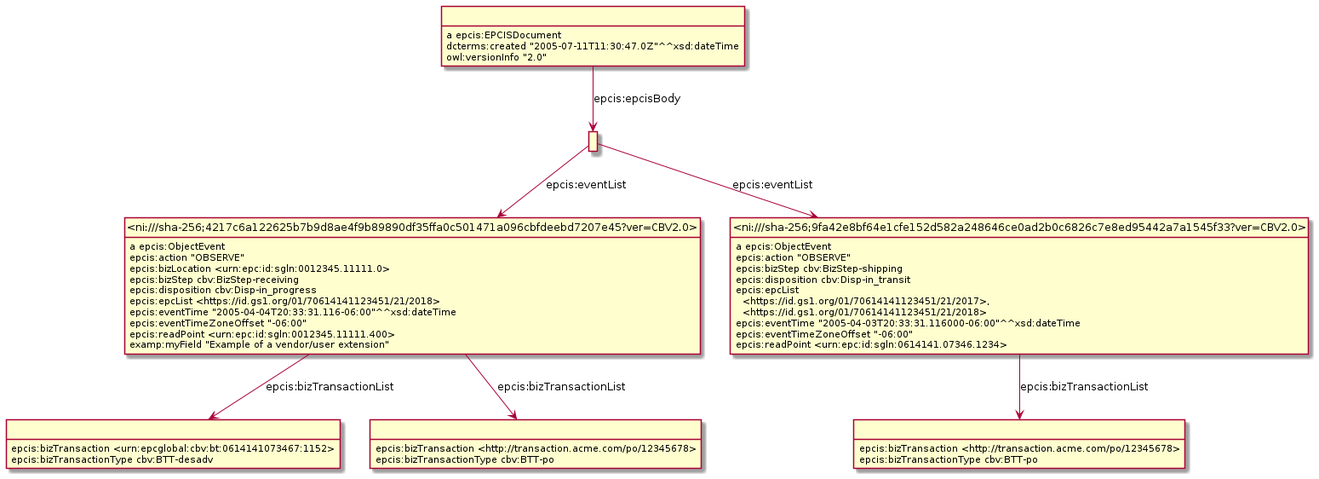
Above: Diagrams/WithDigitalLinkID/Example_9.6.1-ObjectEventWithDigitalLink.png in gs1/EPCIS (PlantUML), before the change.
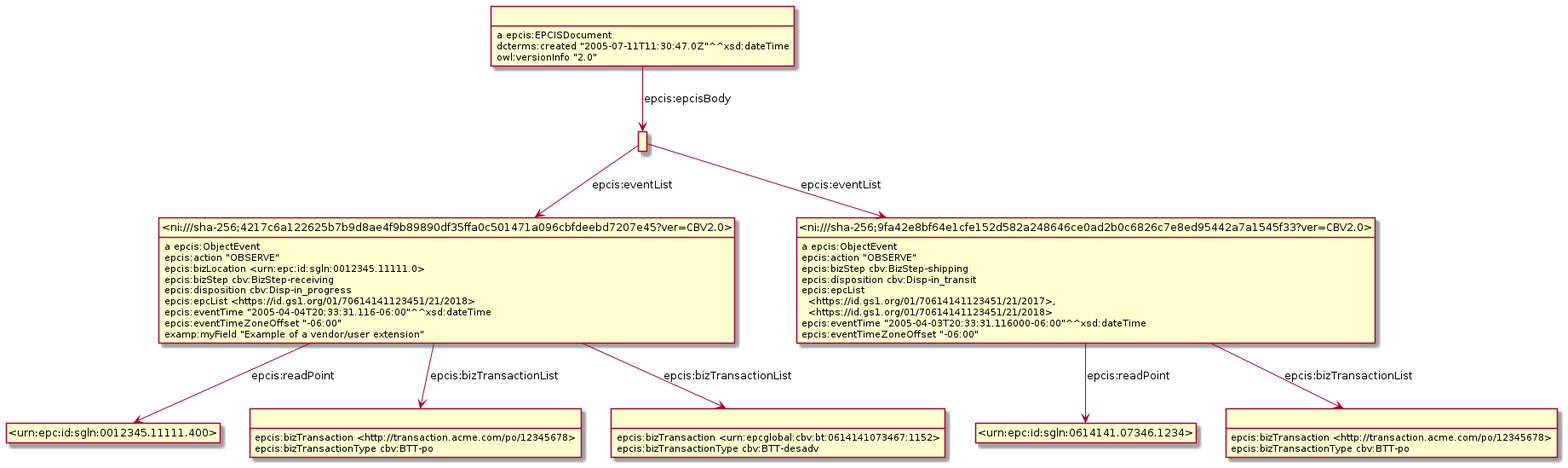
After the commit.

The edit, as a diff of the source:
```diff
@@ -3,15 +3,14 @@
 hide empty attributes
 hide circle
 skinparam classAttributeIconSize 0
-class _r1631889700r4_ as " "
-_r1631889700r4_ : epcis:bizTransaction <http://transaction.acme.com/po/12345678>
-_r1631889700r4_ : epcis:bizTransactionType cbv:BTT-po
 class _ni_sha_256_4217c6a122625b7b9d8ae4f9b89890df35ffa0c501471a096cbfdeebd7207e45_ver_CBV2_0_ as "<ni:///sha-256;4217c6a122625b7b9d8ae4f9b89890df35ffa0c501471a096cbfdeebd7207e45?ver=CBV2.0>"
 _ni_sha_256_4217c6a122625b7b9d8ae4f9b89890df35ffa0c501471a096cbfdeebd7207e45_ver_CBV2_0_ : a epcis:ObjectEvent
-class _r1631889700r0_ as " "
-_ni_sha_256_4217c6a122625b7b9d8ae4f9b89890df35ffa0c501471a096cbfdeebd7207e45_ver_CBV2_0_ -down-> _r1631889700r0_ : epcis:bizTransactionList
-class _r1631889700r1_ as " "
-_ni_sha_256_4217c6a122625b7b9d8ae4f9b89890df35ffa0c501471a096cbfdeebd7207e45_ver_CBV2_0_ -down-> _r1631889700r1_ : epcis:bizTransactionList
+class _urn_epc_id_sgln_0012345_11111_400_ as "<urn:epc:id:sgln:0012345.11111.400>"
+_ni_sha_256_4217c6a122625b7b9d8ae4f9b89890df35ffa0c501471a096cbfdeebd7207e45_ver_CBV2_0_ -down-> _urn_epc_id_sgln_0012345_11111_400_ : epcis:readPoint
+class _r1632232139r1_ as " "
+_ni_sha_256_4217c6a122625b7b9d8ae4f9b89890df35ffa0c501471a096cbfdeebd7207e45_ver_CBV2_0_ -down-> _r1632232139r1_ : epcis:bizTransactionList
+class _r1632232139r0_ as " "
+_ni_sha_256_4217c6a122625b7b9d8ae4f9b89890df35ffa0c501471a096cbfdeebd7207e45_ver_CBV2_0_ -down-> _r1632232139r0_ : epcis:bizTransactionList
 _ni_sha_256_4217c6a122625b7b9d8ae4f9b89890df35ffa0c501471a096cbfdeebd7207e45_ver_CBV2_0_ : epcis:action "OBSERVE"
 _ni_sha_256_4217c6a122625b7b9d8ae4f9b89890df35ffa0c501471a096cbfdeebd7207e45_ver_CBV2_0_ : epcis:bizLocation <urn:epc:id:sgln:0012345.11111.0>
 _ni_sha_256_4217c6a122625b7b9d8ae4f9b89890df35ffa0c501471a096cbfdeebd7207e45_ver_CBV2_0_ : epcis:bizStep cbv:BizStep-receiving
@@ -19,28 +18,31 @@
 _ni_sha_256_4217c6a122625b7b9d8ae4f9b89890df35ffa0c501471a096cbfdeebd7207e45_ver_CBV2_0_ : epcis:epcList <https://id.gs1.org/01/70614141123451/21/2018>
 _ni_sha_256_4217c6a122625b7b9d8ae4f9b89890df35ffa0c501471a096cbfdeebd7207e45_ver_CBV2_0_ : epcis:eventTime "2005-04-04T20:33:31.116-06:00"^^xsd:dateTime
 _ni_sha_256_4217c6a122625b7b9d8ae4f9b89890df35ffa0c501471a096cbfdeebd7207e45_ver_CBV2_0_ : epcis:eventTimeZoneOffset "-06:00"
-_ni_sha_256_4217c6a122625b7b9d8ae4f9b89890df35ffa0c501471a096cbfdeebd7207e45_ver_CBV2_0_ : epcis:readPoint <urn:epc:id:sgln:0012345.11111.400>
 _ni_sha_256_4217c6a122625b7b9d8ae4f9b89890df35ffa0c501471a096cbfdeebd7207e45_ver_CBV2_0_ : examp:myField "Example of a vendor/user extension"
-class _r1631889700r2_ as " "
-_r1631889700r2_ : a epcis:EPCISDocument
-class _r1631889700r3_ as " "
-_r1631889700r2_ -down-> _r1631889700r3_ : epcis:epcisBody
-_r1631889700r2_ : dcterms:created "2005-07-11T11:30:47.0Z"^^xsd:dateTime
-_r1631889700r2_ : owl:versionInfo "2.0"
-_r1631889700r3_ -down-> _ni_sha_256_4217c6a122625b7b9d8ae4f9b89890df35ffa0c501471a096cbfdeebd7207e45_ver_CBV2_0_ : epcis:eventList
+_r1632232139r0_ : epcis:bizTransaction <urn:epcglobal:cbv:bt:0614141073467:1152>
+_r1632232139r0_ : epcis:bizTransactionType cbv:BTT-desadv
+class _r1632232139r2_ as " "
+_r1632232139r2_ : a epcis:EPCISDocument
+class _r1632232139r3_ as " "
+_r1632232139r2_ -down-> _r1632232139r3_ : epcis:epcisBody
+_r1632232139r2_ : dcterms:created "2005-07-11T11:30:47.0Z"^^xsd:dateTime
+_r1632232139r2_ : owl:versionInfo "2.0"
+_r1632232139r1_ : epcis:bizTransaction <http://transaction.acme.com/po/12345678>
+_r1632232139r1_ : epcis:bizTransactionType cbv:BTT-po
 class _ni_sha_256_9fa42e8bf64e1cfe152d582a248646ce0ad2b0c6826c7e8ed95442a7a1545f33_ver_CBV2_0_ as "<ni:///sha-256;9fa42e8bf64e1cfe152d582a248646ce0ad2b0c6826c7e8ed95442a7a1545f33?ver=CBV2.0>"
-_r1631889700r3_ -down-> _ni_sha_256_9fa42e8bf64e1cfe152d582a248646ce0ad2b0c6826c7e8ed95442a7a1545f33_ver_CBV2_0_ : epcis:eventList
-_r1631889700r1_ : epcis:bizTransaction <http://transaction.acme.com/po/12345678>
-_r1631889700r1_ : epcis:bizTransactionType cbv:BTT-po
-_r1631889700r0_ : epcis:bizTransaction <urn:epcglobal:cbv:bt:0614141073467:1152>
-_r1631889700r0_ : epcis:bizTransactionType cbv:BTT-desadv
 _ni_sha_256_9fa42e8bf64e1cfe152d582a248646ce0ad2b0c6826c7e8ed95442a7a1545f33_ver_CBV2_0_ : a epcis:ObjectEvent
-_ni_sha_256_9fa42e8bf64e1cfe152d582a248646ce0ad2b0c6826c7e8ed95442a7a1545f33_ver_CBV2_0_ -down-> _r1631889700r4_ : epcis:bizTransactionList
+class _urn_epc_id_sgln_0614141_07346_1234_ as "<urn:epc:id:sgln:0614141.07346.1234>"
+_ni_sha_256_9fa42e8bf64e1cfe152d582a248646ce0ad2b0c6826c7e8ed95442a7a1545f33_ver_CBV2_0_ -down-> _urn_epc_id_sgln_0614141_07346_1234_ : epcis:readPoint
+class _r1632232139r4_ as " "
+_ni_sha_256_9fa42e8bf64e1cfe152d582a248646ce0ad2b0c6826c7e8ed95442a7a1545f33_ver_CBV2_0_ -down-> _r1632232139r4_ : epcis:bizTransactionList
 _ni_sha_256_9fa42e8bf64e1cfe152d582a248646ce0ad2b0c6826c7e8ed95442a7a1545f33_ver_CBV2_0_ : epcis:action "OBSERVE"
 _ni_sha_256_9fa42e8bf64e1cfe152d582a248646ce0ad2b0c6826c7e8ed95442a7a1545f33_ver_CBV2_0_ : epcis:bizStep cbv:BizStep-shipping
 _ni_sha_256_9fa42e8bf64e1cfe152d582a248646ce0ad2b0c6826c7e8ed95442a7a1545f33_ver_CBV2_0_ : epcis:disposition cbv:Disp-in_transit
 _ni_sha_256_9fa42e8bf64e1cfe152d582a248646ce0ad2b0c6826c7e8ed95442a7a1545f33_ver_CBV2_0_ : epcis:epcList\n  <https://id.gs1.org/01/70614141123451/21/2017>,\n  <https://id.gs1.org/01/70614141123451/21/2018>
 _ni_sha_256_9fa42e8bf64e1cfe152d582a248646ce0ad2b0c6826c7e8ed95442a7a1545f33_ver_CBV2_0_ : epcis:eventTime "2005-04-03T20:33:31.116000-06:00"^^xsd:dateTime
 _ni_sha_256_9fa42e8bf64e1cfe152d582a248646ce0ad2b0c6826c7e8ed95442a7a1545f33_ver_CBV2_0_ : epcis:eventTimeZoneOffset "-06:00"
-_ni_sha_256_9fa42e8bf64e1cfe152d582a248646ce0ad2b0c6826c7e8ed95442a7a1545f33_ver_CBV2_0_ : epcis:readPoint <urn:epc:id:sgln:0614141.07346.1234>
+_r1632232139r3_ -down-> _ni_sha_256_4217c6a122625b7b9d8ae4f9b89890df35ffa0c501471a096cbfdeebd7207e45_ver_CBV2_0_ : epcis:eventList
+_r1632232139r3_ -down-> _ni_sha_256_9fa42e8bf64e1cfe152d582a248646ce0ad2b0c6826c7e8ed95442a7a1545f33_ver_CBV2_0_ : epcis:eventList
+_r1632232139r4_ : epcis:bizTransaction <http://transaction.acme.com/po/12345678>
+_r1632232139r4_ : epcis:bizTransactionType cbv:BTT-po
 @enduml
```
